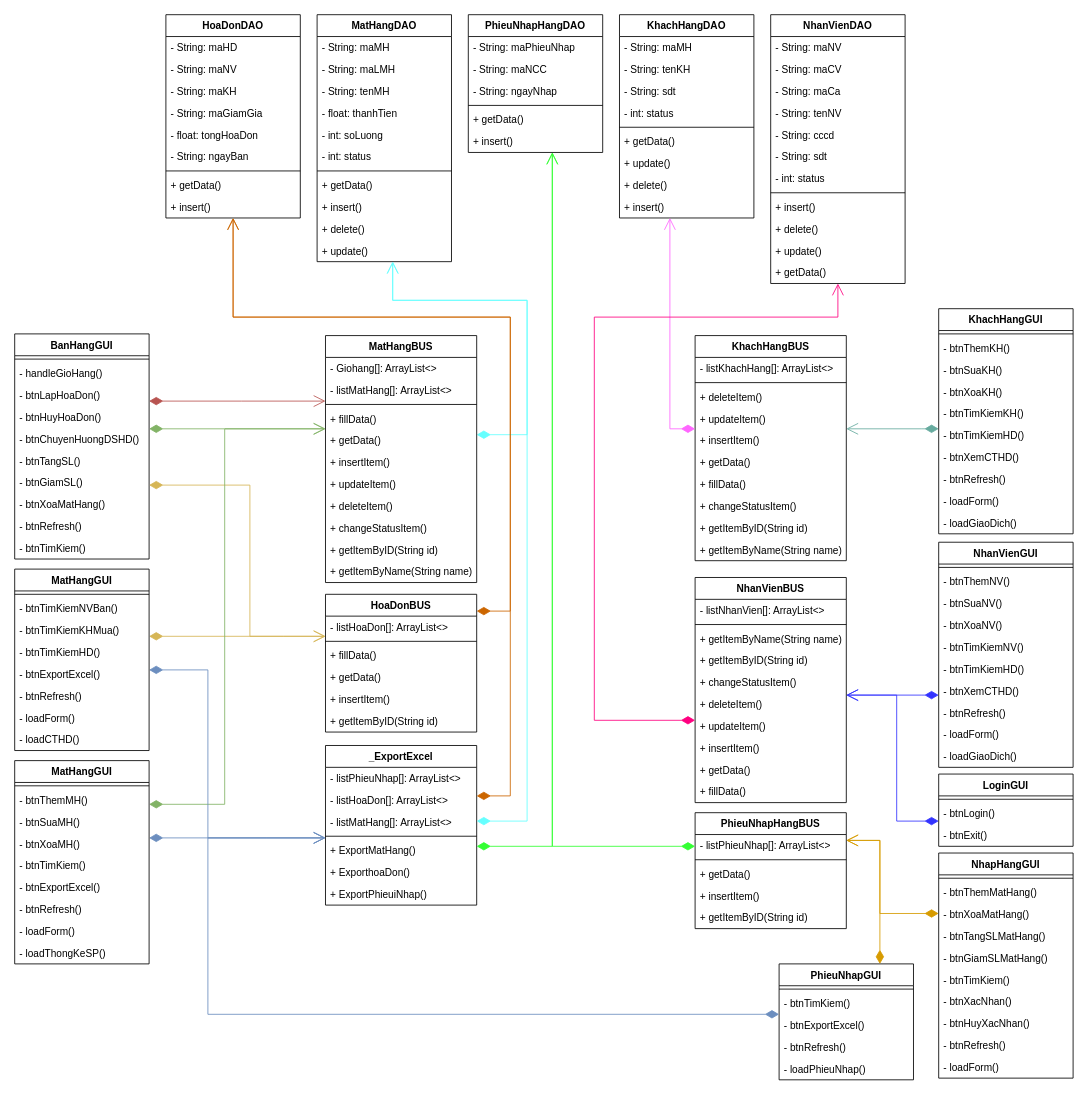
Before: page "Page-1" (1 of 7) of DIG_Class.drawio in EdgarIgnite16/OOAD-Project, a draw.io diagram. Source tidied: cells renumbered, new cells numbered last; positions are measured from the earlier drawing's top-left corner, leaving out a move shared by most shapes. Both pictures are drawn from the tidied source at 84%, with x=0, y=0 at pixel (14, 14).
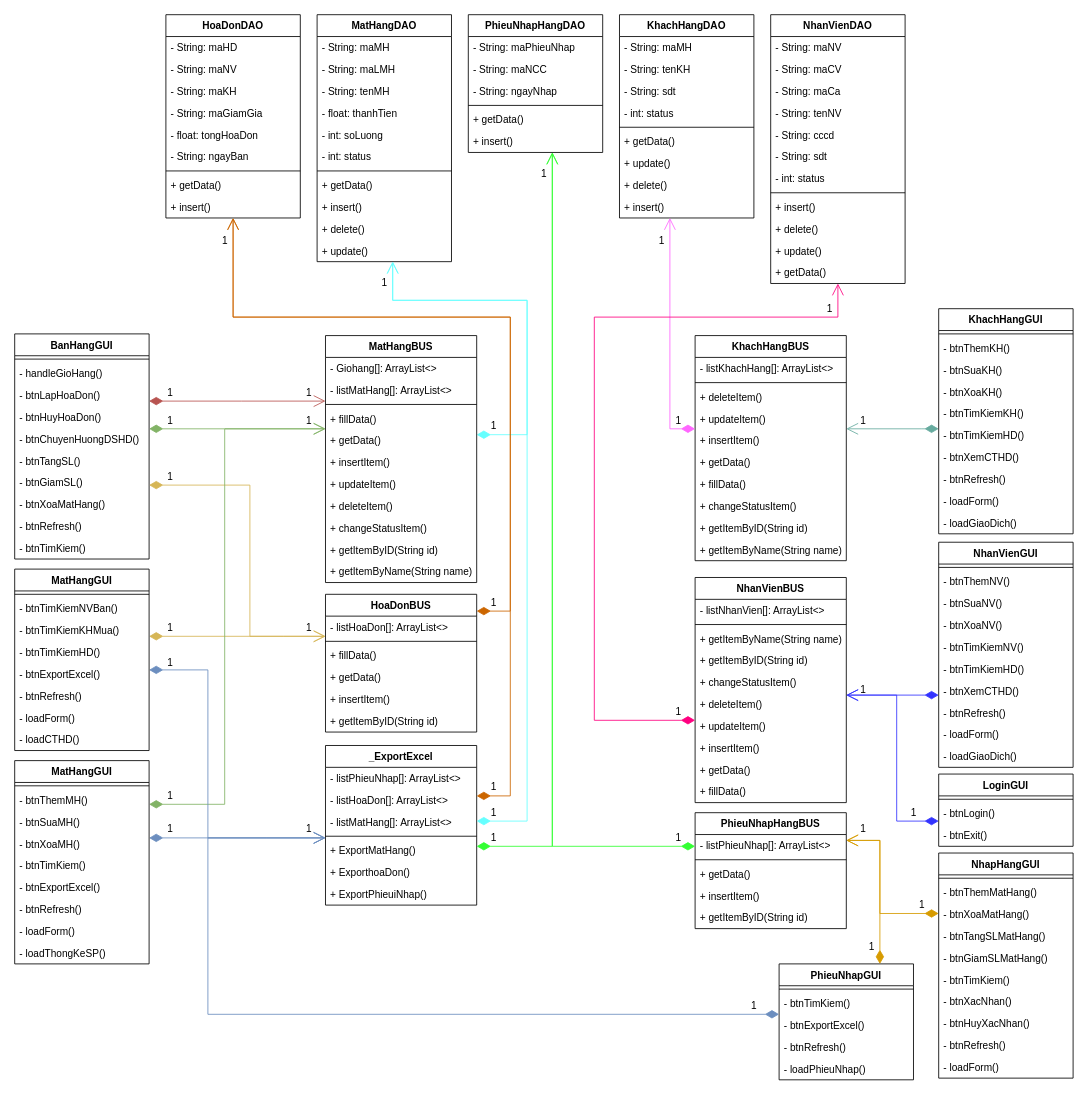
The same page after the edit.

What changed in the source:
```diff
@@
+    <mxCell id="203" value="1" style="text;html=1;align=center;verticalAlign=middle;strokeColor=none;fillColor=none;" parent="1" vertex="1">
+      <mxGeometry x="175" y="440" width="20" height="20" as="geometry" />
+    </mxCell>
+    <mxCell id="204" value="1" style="text;html=1;align=center;verticalAlign=middle;strokeColor=none;fillColor=none;" parent="1" vertex="1">
+      <mxGeometry x="340" y="440" width="20" height="20" as="geometry" />
+    </mxCell>
+    <mxCell id="205" value="1" style="text;html=1;align=center;verticalAlign=middle;strokeColor=none;fillColor=none;" parent="1" vertex="1">
+      <mxGeometry x="175" y="474" width="20" height="20" as="geometry" />
+    </mxCell>
+    <mxCell id="206" value="1" style="text;html=1;align=center;verticalAlign=middle;strokeColor=none;fillColor=none;" parent="1" vertex="1">
+      <mxGeometry x="175" y="540" width="20" height="20" as="geometry" />
+    </mxCell>
+    <mxCell id="207" value="1" style="text;html=1;align=center;verticalAlign=middle;strokeColor=none;fillColor=none;" parent="1" vertex="1">
+      <mxGeometry x="175" y="720" width="20" height="20" as="geometry" />
+    </mxCell>
+    <mxCell id="208" value="1" style="text;html=1;align=center;verticalAlign=middle;strokeColor=none;fillColor=none;" parent="1" vertex="1">
+      <mxGeometry x="175" y="762" width="20" height="20" as="geometry" />
+    </mxCell>
+    <mxCell id="209" value="1" style="text;html=1;align=center;verticalAlign=middle;strokeColor=none;fillColor=none;" parent="1" vertex="1">
+      <mxGeometry x="175" y="920" width="20" height="20" as="geometry" />
+    </mxCell>
+    <mxCell id="210" value="1" style="text;html=1;align=center;verticalAlign=middle;strokeColor=none;fillColor=none;" parent="1" vertex="1">
+      <mxGeometry x="175" y="960" width="20" height="20" as="geometry" />
+    </mxCell>
+    <mxCell id="211" value="1" style="text;html=1;align=center;verticalAlign=middle;strokeColor=none;fillColor=none;" parent="1" vertex="1">
+      <mxGeometry x="340" y="474" width="20" height="20" as="geometry" />
+    </mxCell>
+    <mxCell id="212" value="1" style="text;html=1;align=center;verticalAlign=middle;strokeColor=none;fillColor=none;" parent="1" vertex="1">
+      <mxGeometry x="340" y="720" width="20" height="20" as="geometry" />
+    </mxCell>
+    <mxCell id="213" value="1" style="text;html=1;align=center;verticalAlign=middle;strokeColor=none;fillColor=none;" parent="1" vertex="1">
+      <mxGeometry x="340" y="960" width="20" height="20" as="geometry" />
+    </mxCell>
+    <mxCell id="214" value="1" style="text;html=1;align=center;verticalAlign=middle;strokeColor=none;fillColor=none;" parent="1" vertex="1">
+      <mxGeometry x="240" y="260" width="20" height="20" as="geometry" />
+    </mxCell>
+    <mxCell id="215" value="1" style="text;html=1;align=center;verticalAlign=middle;strokeColor=none;fillColor=none;" parent="1" vertex="1">
+      <mxGeometry x="430" y="310" width="20" height="20" as="geometry" />
+    </mxCell>
+    <mxCell id="216" value="1" style="text;html=1;align=center;verticalAlign=middle;strokeColor=none;fillColor=none;" parent="1" vertex="1">
+      <mxGeometry x="760" y="260" width="20" height="20" as="geometry" />
+    </mxCell>
+    <mxCell id="217" value="1" style="text;html=1;align=center;verticalAlign=middle;strokeColor=none;fillColor=none;" parent="1" vertex="1">
+      <mxGeometry x="620" y="180" width="20" height="20" as="geometry" />
+    </mxCell>
+    <mxCell id="218" value="1" style="text;html=1;align=center;verticalAlign=middle;strokeColor=none;fillColor=none;" parent="1" vertex="1">
+      <mxGeometry x="960" y="340" width="20" height="20" as="geometry" />
+    </mxCell>
+    <mxCell id="219" value="1" style="text;html=1;align=center;verticalAlign=middle;strokeColor=none;fillColor=none;" parent="1" vertex="1">
+      <mxGeometry x="560" y="480" width="20" height="20" as="geometry" />
+    </mxCell>
+    <mxCell id="220" value="1" style="text;html=1;align=center;verticalAlign=middle;strokeColor=none;fillColor=none;" parent="1" vertex="1">
+      <mxGeometry x="560" y="690" width="20" height="20" as="geometry" />
+    </mxCell>
+    <mxCell id="221" value="1" style="text;html=1;align=center;verticalAlign=middle;strokeColor=none;fillColor=none;" parent="1" vertex="1">
+      <mxGeometry x="560" y="910" width="20" height="20" as="geometry" />
+    </mxCell>
+    <mxCell id="222" value="1" style="text;html=1;align=center;verticalAlign=middle;strokeColor=none;fillColor=none;" parent="1" vertex="1">
+      <mxGeometry x="560" y="940" width="20" height="20" as="geometry" />
+    </mxCell>
+    <mxCell id="223" value="1" style="text;html=1;align=center;verticalAlign=middle;strokeColor=none;fillColor=none;" parent="1" vertex="1">
+      <mxGeometry x="560" y="970" width="20" height="20" as="geometry" />
+    </mxCell>
+    <mxCell id="224" value="1" style="text;html=1;align=center;verticalAlign=middle;strokeColor=none;fillColor=none;" parent="1" vertex="1">
+      <mxGeometry x="780" y="474" width="20" height="20" as="geometry" />
+    </mxCell>
+    <mxCell id="225" value="1" style="text;html=1;align=center;verticalAlign=middle;strokeColor=none;fillColor=none;" parent="1" vertex="1">
+      <mxGeometry x="780" y="820" width="20" height="20" as="geometry" />
+    </mxCell>
+    <mxCell id="226" value="1" style="text;html=1;align=center;verticalAlign=middle;strokeColor=none;fillColor=none;" parent="1" vertex="1">
+      <mxGeometry x="780" y="970" width="20" height="20" as="geometry" />
+    </mxCell>
+    <mxCell id="227" value="1" style="text;html=1;align=center;verticalAlign=middle;strokeColor=none;fillColor=none;" parent="1" vertex="1">
+      <mxGeometry x="1000" y="474" width="20" height="20" as="geometry" />
+    </mxCell>
+    <mxCell id="228" value="1" style="text;html=1;align=center;verticalAlign=middle;strokeColor=none;fillColor=none;" parent="1" vertex="1">
+      <mxGeometry x="1000" y="794" width="20" height="20" as="geometry" />
+    </mxCell>
+    <mxCell id="229" value="1" style="text;html=1;align=center;verticalAlign=middle;strokeColor=none;fillColor=none;" parent="1" vertex="1">
+      <mxGeometry x="1000" y="960" width="20" height="20" as="geometry" />
+    </mxCell>
+    <mxCell id="230" value="1" style="text;html=1;align=center;verticalAlign=middle;strokeColor=none;fillColor=none;" parent="1" vertex="1">
+      <mxGeometry x="1070" y="1050" width="20" height="20" as="geometry" />
+    </mxCell>
+    <mxCell id="231" value="1" style="text;html=1;align=center;verticalAlign=middle;strokeColor=none;fillColor=none;" parent="1" vertex="1">
+      <mxGeometry x="1060" y="940" width="20" height="20" as="geometry" />
+    </mxCell>
+    <mxCell id="232" value="1" style="text;html=1;align=center;verticalAlign=middle;strokeColor=none;fillColor=none;" parent="1" vertex="1">
+      <mxGeometry x="1010" y="1100" width="20" height="20" as="geometry" />
+    </mxCell>
+    <mxCell id="233" value="1" style="text;html=1;align=center;verticalAlign=middle;strokeColor=none;fillColor=none;" parent="1" vertex="1">
+      <mxGeometry x="870" y="1170" width="20" height="20" as="geometry" />
+    </mxCell>
```
